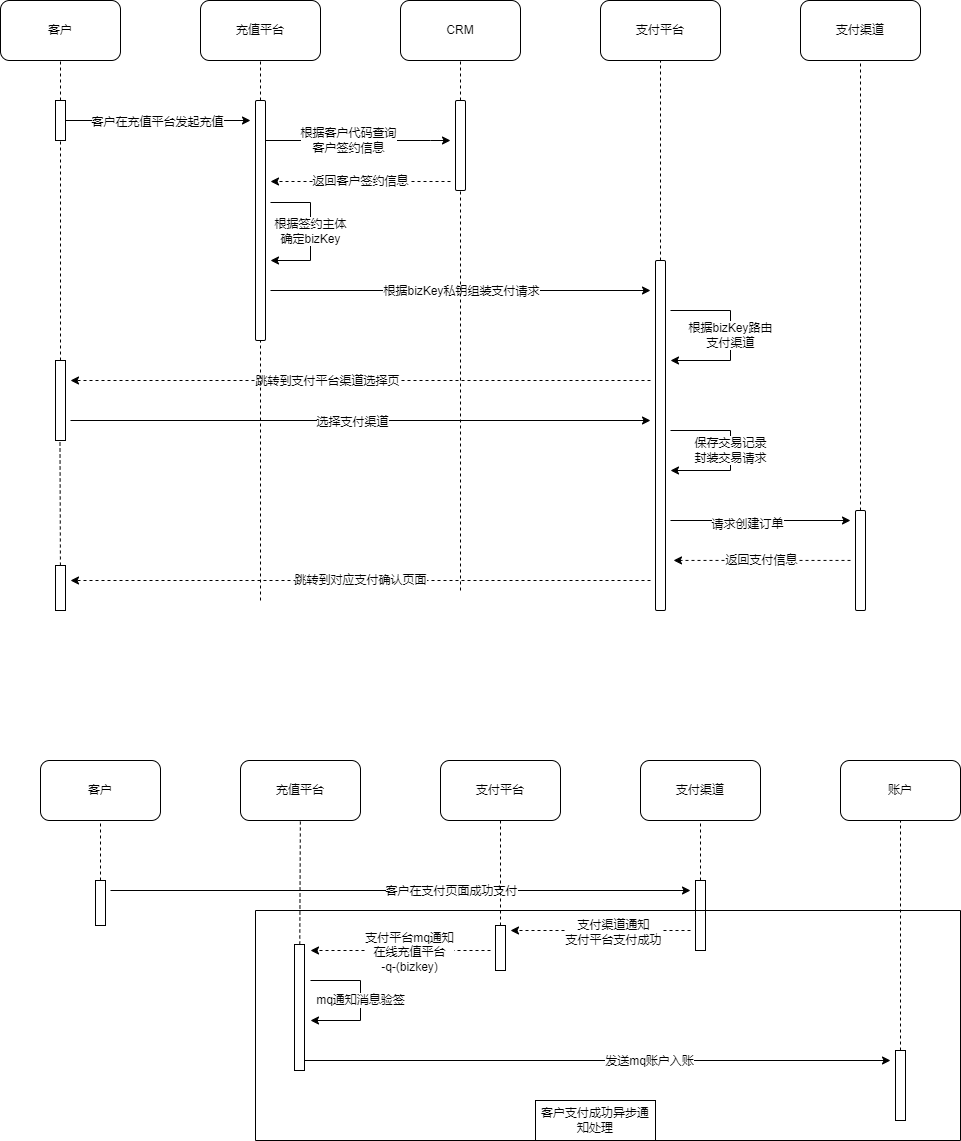
Before: 在线充值和支付平台三流合一设计.drawio.png, a diagram exported from draw.io (juanjuan-dev/diagrams). Source tidied: cells renumbered, new cells last; positions are measured from the earlier drawing's top-left corner, leaving out a move shared by most shapes. Source of this version:
```xml
<mxGraphModel>
  <root>
    <mxCell id="0" />
    <mxCell id="1" parent="0" />
    <mxCell id="2" value="客户" style="rounded=1;whiteSpace=wrap;html=1;" parent="1" vertex="1">
      <mxGeometry width="120" height="60" as="geometry" />
    </mxCell>
    <mxCell id="3" value="充值平台" style="rounded=1;whiteSpace=wrap;html=1;" parent="1" vertex="1">
      <mxGeometry x="200" width="120" height="60" as="geometry" />
    </mxCell>
    <mxCell id="4" value="CRM" style="rounded=1;whiteSpace=wrap;html=1;" parent="1" vertex="1">
      <mxGeometry x="400" width="120" height="60" as="geometry" />
    </mxCell>
    <mxCell id="5" value="支付平台" style="rounded=1;whiteSpace=wrap;html=1;" parent="1" vertex="1">
      <mxGeometry x="600" width="120" height="60" as="geometry" />
    </mxCell>
    <mxCell id="6" value="支付渠道" style="rounded=1;whiteSpace=wrap;html=1;" parent="1" vertex="1">
      <mxGeometry x="800" width="120" height="60" as="geometry" />
    </mxCell>
    <mxCell id="7" value="根据客户代码查询&lt;br&gt;客户签约信息" style="edgeStyle=orthogonalEdgeStyle;rounded=0;jettySize=auto;html=1;exitX=1;exitY=0.25;exitDx=0;exitDy=0;" parent="1" edge="1" source="8">
      <mxGeometry relative="1" as="geometry">
        <mxPoint x="450" y="140" as="targetPoint" />
        <Array as="points">
          <mxPoint x="430" y="140" />
          <mxPoint x="430" y="140" />
        </Array>
      </mxGeometry>
    </mxCell>
    <mxCell id="8" style="rounded=1;whiteSpace=wrap;html=1;" parent="1" vertex="1">
      <mxGeometry x="255" y="100" width="10" height="240" as="geometry" />
    </mxCell>
    <mxCell id="9" style="edgeStyle=orthogonalEdgeStyle;rounded=0;jettySize=auto;html=1;" parent="1" edge="1" source="11">
      <mxGeometry relative="1" as="geometry">
        <mxPoint x="250" y="120" as="targetPoint" />
      </mxGeometry>
    </mxCell>
    <mxCell id="10" value="客户在充值平台发起充值" style="edgeLabel;html=1;align=center;verticalAlign=middle;" parent="9" vertex="1">
      <mxGeometry x="0.19" y="-2" relative="1" as="geometry">
        <mxPoint x="-19" y="-1" as="offset" />
      </mxGeometry>
    </mxCell>
    <mxCell id="11" style="rounded=0;whiteSpace=wrap;html=1;" parent="1" vertex="1">
      <mxGeometry x="55" y="100" width="10" height="40" as="geometry" />
    </mxCell>
    <mxCell id="12" style="endArrow=none;dashed=1;html=1;rounded=0;entryX=0.5;entryY=1;entryDx=0;entryDy=0;" parent="1" edge="1" target="4">
      <mxGeometry relative="1" as="geometry">
        <mxPoint x="460" y="100" as="sourcePoint" />
      </mxGeometry>
    </mxCell>
    <mxCell id="13" value="返回客户签约信息" style="edgeStyle=orthogonalEdgeStyle;rounded=0;orthogonalLoop=1;jettySize=auto;html=1;dashed=1;" parent="1" edge="1">
      <mxGeometry relative="1" as="geometry">
        <mxPoint x="450" y="181" as="sourcePoint" />
        <mxPoint x="270" y="181" as="targetPoint" />
      </mxGeometry>
    </mxCell>
    <mxCell id="14" style="rounded=1;whiteSpace=wrap;html=1;" parent="1" vertex="1">
      <mxGeometry x="455" y="100" width="10" height="90" as="geometry" />
    </mxCell>
    <mxCell id="15" style="endArrow=none;dashed=1;html=1;rounded=0;entryX=0.5;entryY=1;entryDx=0;entryDy=0;exitX=0.5;exitY=0;exitDx=0;exitDy=0;" parent="1" edge="1" source="8" target="3">
      <mxGeometry relative="1" as="geometry" />
    </mxCell>
    <mxCell id="16" style="endArrow=none;dashed=1;html=1;rounded=0;entryX=0.5;entryY=1;entryDx=0;entryDy=0;exitX=0.5;exitY=0;exitDx=0;exitDy=0;" parent="1" edge="1" source="11" target="2">
      <mxGeometry relative="1" as="geometry" />
    </mxCell>
    <mxCell id="17" value="根据签约主体&lt;br&gt;确定bizKey" style="endArrow=classic;html=1;rounded=0;" parent="1" edge="1">
      <mxGeometry relative="1" as="geometry">
        <mxPoint x="270" y="202" as="sourcePoint" />
        <mxPoint x="270" y="260" as="targetPoint" />
        <Array as="points">
          <mxPoint x="310" y="202" />
          <mxPoint x="310" y="260" />
        </Array>
      </mxGeometry>
    </mxCell>
    <mxCell id="18" style="endArrow=classic;html=1;rounded=0;" parent="1" edge="1">
      <mxGeometry relative="1" as="geometry">
        <mxPoint x="270" y="290" as="sourcePoint" />
        <mxPoint x="650" y="290" as="targetPoint" />
      </mxGeometry>
    </mxCell>
    <mxCell id="19" value="根据bizKey私钥组装支付请求" style="edgeLabel;html=1;align=center;verticalAlign=middle;" parent="18" vertex="1">
      <mxGeometry x="0.26" y="2" relative="1" as="geometry">
        <mxPoint x="-50" y="2" as="offset" />
      </mxGeometry>
    </mxCell>
    <mxCell id="20" style="endArrow=none;dashed=1;html=1;rounded=0;entryX=0.5;entryY=1;entryDx=0;entryDy=0;" parent="1" edge="1" target="5">
      <mxGeometry relative="1" as="geometry">
        <mxPoint x="660" y="260" as="sourcePoint" />
      </mxGeometry>
    </mxCell>
    <mxCell id="21" style="rounded=1;whiteSpace=wrap;html=1;" parent="1" vertex="1">
      <mxGeometry x="655" y="260" width="10" height="350" as="geometry" />
    </mxCell>
    <mxCell id="22" style="endArrow=none;dashed=1;html=1;rounded=0;entryX=0.5;entryY=1;entryDx=0;entryDy=0;" parent="1" edge="1" target="14">
      <mxGeometry relative="1" as="geometry">
        <mxPoint x="460" y="590" as="sourcePoint" />
      </mxGeometry>
    </mxCell>
    <mxCell id="23" value="根据bizKey路由&lt;br&gt;支付渠道" style="endArrow=classic;html=1;rounded=0;" parent="1" edge="1">
      <mxGeometry relative="1" as="geometry">
        <mxPoint x="670" y="310" as="sourcePoint" />
        <mxPoint x="670" y="360" as="targetPoint" />
        <Array as="points">
          <mxPoint x="730" y="310" />
          <mxPoint x="730" y="360" />
        </Array>
      </mxGeometry>
    </mxCell>
    <mxCell id="24" style="endArrow=classic;html=1;rounded=0;dashed=1;" parent="1" edge="1">
      <mxGeometry relative="1" as="geometry">
        <mxPoint x="650" y="380" as="sourcePoint" />
        <mxPoint x="70" y="380" as="targetPoint" />
      </mxGeometry>
    </mxCell>
    <mxCell id="25" value="跳转到支付平台渠道选择页" style="edgeLabel;html=1;align=center;verticalAlign=middle;" parent="24" vertex="1">
      <mxGeometry x="0.12" relative="1" as="geometry" />
    </mxCell>
    <mxCell id="26" style="endArrow=none;dashed=1;html=1;rounded=0;exitX=0.5;exitY=0;exitDx=0;exitDy=0;entryX=0.5;entryY=1;entryDx=0;entryDy=0;" parent="1" edge="1" source="27" target="11">
      <mxGeometry relative="1" as="geometry" />
    </mxCell>
    <mxCell id="27" style="rounded=0;whiteSpace=wrap;html=1;" parent="1" vertex="1">
      <mxGeometry x="55" y="360" width="10" height="80" as="geometry" />
    </mxCell>
    <mxCell id="28" style="endArrow=none;dashed=1;html=1;rounded=0;entryX=0.5;entryY=1;entryDx=0;entryDy=0;" parent="1" edge="1" target="8">
      <mxGeometry relative="1" as="geometry">
        <mxPoint x="260" y="600" as="sourcePoint" />
      </mxGeometry>
    </mxCell>
    <mxCell id="29" style="endArrow=classic;html=1;rounded=0;" parent="1" edge="1">
      <mxGeometry relative="1" as="geometry">
        <mxPoint x="70" y="420" as="sourcePoint" />
        <mxPoint x="650" y="420" as="targetPoint" />
      </mxGeometry>
    </mxCell>
    <mxCell id="30" value="选择支付渠道" style="edgeLabel;html=1;align=center;verticalAlign=middle;" parent="29" vertex="1">
      <mxGeometry x="-0.03" y="-1" relative="1" as="geometry" />
    </mxCell>
    <mxCell id="31" value="保存交易记录&lt;br&gt;封装交易请求" style="endArrow=classic;html=1;rounded=0;" parent="1" edge="1">
      <mxGeometry relative="1" as="geometry">
        <mxPoint x="670" y="430" as="sourcePoint" />
        <mxPoint x="670" y="470" as="targetPoint" />
        <Array as="points">
          <mxPoint x="730" y="430" />
          <mxPoint x="730" y="450" />
          <mxPoint x="730" y="470" />
        </Array>
      </mxGeometry>
    </mxCell>
    <mxCell id="32" style="endArrow=none;dashed=1;html=1;rounded=0;entryX=0.5;entryY=1;entryDx=0;entryDy=0;" parent="1" edge="1" source="33" target="6">
      <mxGeometry relative="1" as="geometry" />
    </mxCell>
    <mxCell id="33" style="rounded=1;whiteSpace=wrap;html=1;" parent="1" vertex="1">
      <mxGeometry x="855" y="510" width="10" height="100" as="geometry" />
    </mxCell>
    <mxCell id="34" style="endArrow=classic;html=1;rounded=0;" parent="1" edge="1">
      <mxGeometry relative="1" as="geometry">
        <mxPoint x="670" y="520" as="sourcePoint" />
        <mxPoint x="850" y="520" as="targetPoint" />
      </mxGeometry>
    </mxCell>
    <mxCell id="35" value="请求创建订单" style="edgeLabel;html=1;align=center;verticalAlign=middle;" parent="34" vertex="1">
      <mxGeometry x="-0.16" y="-3" relative="1" as="geometry" />
    </mxCell>
    <mxCell id="36" value="返回支付信息" style="endArrow=classic;html=1;rounded=0;dashed=1;" parent="1" edge="1">
      <mxGeometry relative="1" as="geometry">
        <mxPoint x="850" y="559.9" as="sourcePoint" />
        <mxPoint x="673" y="559.9" as="targetPoint" />
      </mxGeometry>
    </mxCell>
    <mxCell id="37" value="跳转到对应支付确认页面" style="endArrow=classic;html=1;rounded=0;dashed=1;" parent="1" edge="1">
      <mxGeometry relative="1" as="geometry">
        <mxPoint x="650" y="580" as="sourcePoint" />
        <mxPoint x="70" y="580" as="targetPoint" />
      </mxGeometry>
    </mxCell>
    <mxCell id="38" style="endArrow=none;dashed=1;html=1;rounded=0;entryX=0.45;entryY=1.024;entryDx=0;entryDy=0;entryPerimeter=0;" parent="1" edge="1" source="39" target="27">
      <mxGeometry relative="1" as="geometry" />
    </mxCell>
    <mxCell id="39" style="rounded=0;whiteSpace=wrap;html=1;" parent="1" vertex="1">
      <mxGeometry x="55" y="565" width="10" height="45" as="geometry" />
    </mxCell>
    <mxCell id="40" value="客户" style="rounded=1;whiteSpace=wrap;html=1;" parent="1" vertex="1">
      <mxGeometry x="40" y="760" width="120" height="60" as="geometry" />
    </mxCell>
    <mxCell id="41" value="充值平台" style="rounded=1;whiteSpace=wrap;html=1;" parent="1" vertex="1">
      <mxGeometry x="240" y="760" width="120" height="60" as="geometry" />
    </mxCell>
    <mxCell id="42" value="支付平台" style="rounded=1;whiteSpace=wrap;html=1;" parent="1" vertex="1">
      <mxGeometry x="440" y="760" width="120" height="60" as="geometry" />
    </mxCell>
    <mxCell id="43" value="支付渠道" style="rounded=1;whiteSpace=wrap;html=1;" parent="1" vertex="1">
      <mxGeometry x="640" y="760" width="120" height="60" as="geometry" />
    </mxCell>
    <mxCell id="44" style="endArrow=none;dashed=1;html=1;rounded=0;entryX=0.5;entryY=1;entryDx=0;entryDy=0;" parent="1" edge="1" target="40">
      <mxGeometry relative="1" as="geometry">
        <mxPoint x="100" y="880" as="sourcePoint" />
      </mxGeometry>
    </mxCell>
    <mxCell id="45" style="rounded=0;whiteSpace=wrap;html=1;" parent="1" vertex="1">
      <mxGeometry x="95" y="880" width="10" height="45" as="geometry" />
    </mxCell>
    <mxCell id="46" style="endArrow=none;dashed=1;html=1;rounded=0;" parent="1" edge="1" source="47" target="41">
      <mxGeometry relative="1" as="geometry" />
    </mxCell>
    <mxCell id="47" style="rounded=0;whiteSpace=wrap;html=1;" parent="1" vertex="1">
      <mxGeometry x="294" y="944" width="10" height="126" as="geometry" />
    </mxCell>
    <mxCell id="48" style="endArrow=none;dashed=1;html=1;rounded=0;entryX=0.5;entryY=1;entryDx=0;entryDy=0;" parent="1" edge="1">
      <mxGeometry relative="1" as="geometry">
        <mxPoint x="700" y="880" as="sourcePoint" />
        <mxPoint x="700" y="820" as="targetPoint" />
      </mxGeometry>
    </mxCell>
    <mxCell id="49" style="rounded=0;whiteSpace=wrap;html=1;" parent="1" vertex="1">
      <mxGeometry x="695" y="880" width="10" height="70" as="geometry" />
    </mxCell>
    <mxCell id="50" style="endArrow=classic;html=1;rounded=0;" parent="1" edge="1">
      <mxGeometry relative="1" as="geometry">
        <mxPoint x="110" y="890" as="sourcePoint" />
        <mxPoint x="690" y="890" as="targetPoint" />
      </mxGeometry>
    </mxCell>
    <mxCell id="51" value="客户在支付页面成功支付" style="edgeLabel;html=1;align=center;verticalAlign=middle;" parent="50" vertex="1">
      <mxGeometry x="0.17" relative="1" as="geometry" />
    </mxCell>
    <mxCell id="52" style="endArrow=none;dashed=1;html=1;rounded=0;" parent="1" edge="1" source="53" target="42">
      <mxGeometry relative="1" as="geometry" />
    </mxCell>
    <mxCell id="53" style="rounded=0;whiteSpace=wrap;html=1;" parent="1" vertex="1">
      <mxGeometry x="495" y="925" width="10" height="45" as="geometry" />
    </mxCell>
    <mxCell id="54" style="endArrow=classic;html=1;rounded=0;dashed=1;" parent="1" edge="1">
      <mxGeometry relative="1" as="geometry">
        <mxPoint x="690" y="930" as="sourcePoint" />
        <mxPoint x="510" y="930" as="targetPoint" />
      </mxGeometry>
    </mxCell>
    <mxCell id="55" value="支付渠道通知&lt;br&gt;支付平台支付成功" style="edgeLabel;html=1;align=center;verticalAlign=middle;" parent="54" vertex="1">
      <mxGeometry x="-0.14" y="1" relative="1" as="geometry" />
    </mxCell>
    <mxCell id="56" style="endArrow=classic;html=1;rounded=0;dashed=1;" parent="1" edge="1">
      <mxGeometry relative="1" as="geometry">
        <mxPoint x="490" y="950" as="sourcePoint" />
        <mxPoint x="310" y="950" as="targetPoint" />
      </mxGeometry>
    </mxCell>
    <mxCell id="57" value="支付平台mq通知&lt;br&gt;在线充值平台&lt;br&gt;-q-(bizkey)" style="edgeLabel;html=1;align=center;verticalAlign=middle;" parent="56" vertex="1">
      <mxGeometry x="-0.09" y="1" relative="1" as="geometry" />
    </mxCell>
    <mxCell id="58" value="账户" style="rounded=1;whiteSpace=wrap;html=1;" parent="1" vertex="1">
      <mxGeometry x="840" y="760" width="120" height="60" as="geometry" />
    </mxCell>
    <mxCell id="59" style="endArrow=classic;html=1;rounded=0;" parent="1" edge="1">
      <mxGeometry relative="1" as="geometry">
        <mxPoint x="304" y="1060" as="sourcePoint" />
        <mxPoint x="890" y="1060" as="targetPoint" />
      </mxGeometry>
    </mxCell>
    <mxCell id="60" value="发送mq账户入账" style="edgeLabel;html=1;align=center;verticalAlign=middle;" parent="59" vertex="1">
      <mxGeometry x="0.17" relative="1" as="geometry" />
    </mxCell>
    <mxCell id="61" style="endArrow=none;dashed=1;html=1;rounded=0;" parent="1" edge="1" source="62" target="58">
      <mxGeometry relative="1" as="geometry" />
    </mxCell>
    <mxCell id="62" style="rounded=0;whiteSpace=wrap;html=1;" parent="1" vertex="1">
      <mxGeometry x="895" y="1050" width="10" height="70" as="geometry" />
    </mxCell>
    <mxCell id="63" value="mq通知消息验签" style="endArrow=classic;html=1;rounded=0;" parent="1" edge="1">
      <mxGeometry relative="1" as="geometry">
        <mxPoint x="310" y="980" as="sourcePoint" />
        <mxPoint x="310" y="1020" as="targetPoint" />
        <Array as="points">
          <mxPoint x="360" y="980" />
          <mxPoint x="360" y="1000" />
          <mxPoint x="360" y="1020" />
        </Array>
      </mxGeometry>
    </mxCell>
    <mxCell id="64" style="swimlane;startSize=0;" parent="1" vertex="1">
      <mxGeometry x="255" y="910" width="705" height="230" as="geometry" />
    </mxCell>
    <mxCell id="65" value="客户支付成功异步通知处理" style="whiteSpace=wrap;html=1;" parent="64" vertex="1">
      <mxGeometry x="280" y="190" width="120" height="40" as="geometry" />
    </mxCell>
  </root>
</mxGraphModel>
```
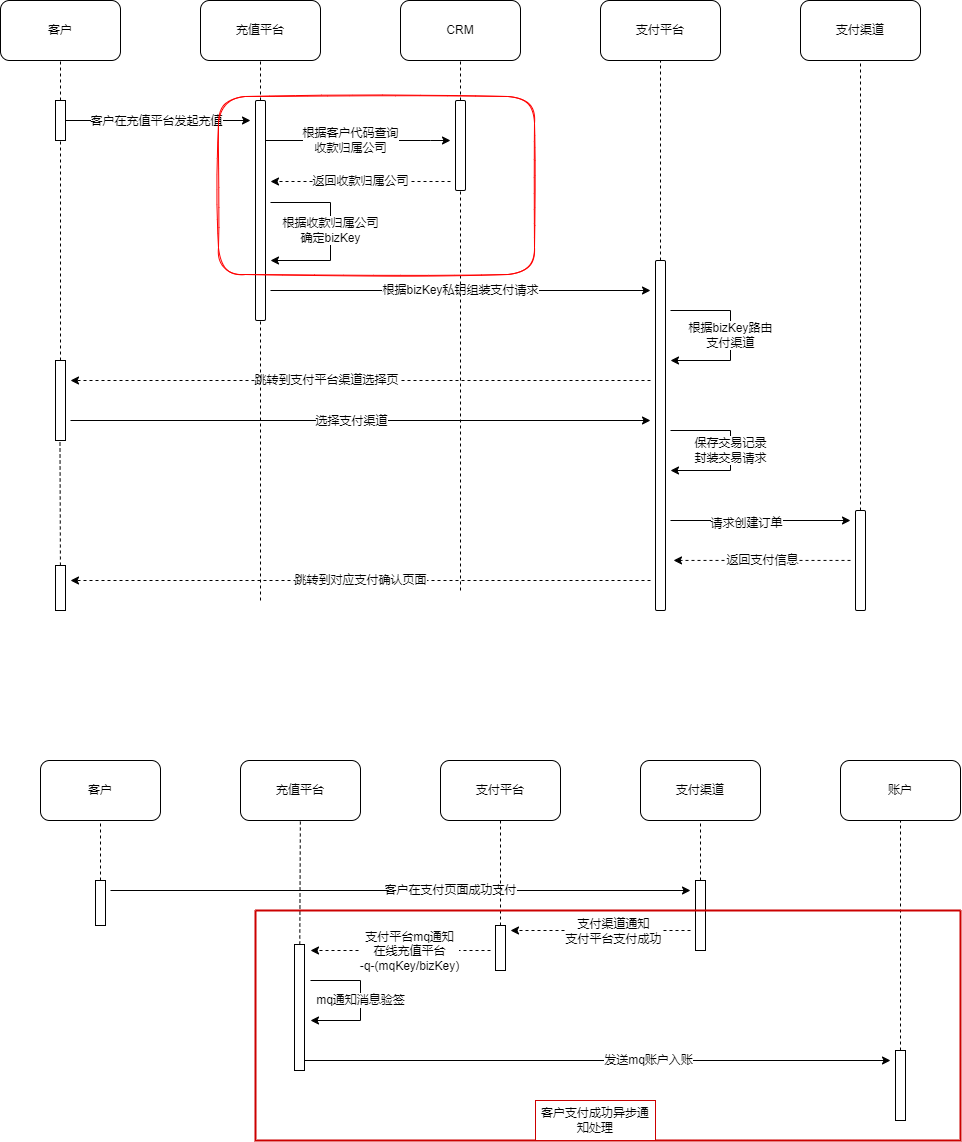
Later version of the same file.

Commit message:
更新在线充值和支付平台三流合一设计.drawio.png

The edit, as a diff of the source:
```diff
@@ -17,7 +17,7 @@
     <mxCell id="6" value="支付渠道" style="rounded=1;whiteSpace=wrap;html=1;" parent="1" vertex="1">
       <mxGeometry x="800" width="120" height="60" as="geometry" />
     </mxCell>
-    <mxCell id="7" value="根据客户代码查询&lt;br&gt;客户签约信息" style="edgeStyle=orthogonalEdgeStyle;rounded=0;jettySize=auto;html=1;exitX=1;exitY=0.25;exitDx=0;exitDy=0;" parent="1" edge="1" source="8">
+    <mxCell id="7" value="根据客户代码查询&lt;br&gt;收款归属公司" style="edgeStyle=orthogonalEdgeStyle;rounded=0;jettySize=auto;html=1;exitX=1;exitY=0.25;exitDx=0;exitDy=0;" parent="1" edge="1" source="8">
       <mxGeometry relative="1" as="geometry">
         <mxPoint x="450" y="140" as="targetPoint" />
         <Array as="points">
@@ -27,7 +27,7 @@
       </mxGeometry>
     </mxCell>
     <mxCell id="8" style="rounded=1;whiteSpace=wrap;html=1;" parent="1" vertex="1">
-      <mxGeometry x="255" y="100" width="10" height="240" as="geometry" />
+      <mxGeometry x="255" y="100" width="10" height="220" as="geometry" />
     </mxCell>
     <mxCell id="9" style="edgeStyle=orthogonalEdgeStyle;rounded=0;jettySize=auto;html=1;" parent="1" edge="1" source="11">
       <mxGeometry relative="1" as="geometry">
@@ -47,7 +47,7 @@
         <mxPoint x="460" y="100" as="sourcePoint" />
       </mxGeometry>
     </mxCell>
-    <mxCell id="13" value="返回客户签约信息" style="edgeStyle=orthogonalEdgeStyle;rounded=0;orthogonalLoop=1;jettySize=auto;html=1;dashed=1;" parent="1" edge="1">
+    <mxCell id="13" value="返回收款归属公司" style="edgeStyle=orthogonalEdgeStyle;rounded=0;orthogonalLoop=1;jettySize=auto;html=1;dashed=1;" parent="1" edge="1">
       <mxGeometry relative="1" as="geometry">
         <mxPoint x="450" y="181" as="sourcePoint" />
         <mxPoint x="270" y="181" as="targetPoint" />
@@ -62,13 +62,13 @@
     <mxCell id="16" style="endArrow=none;dashed=1;html=1;rounded=0;entryX=0.5;entryY=1;entryDx=0;entryDy=0;exitX=0.5;exitY=0;exitDx=0;exitDy=0;" parent="1" edge="1" source="11" target="2">
       <mxGeometry relative="1" as="geometry" />
     </mxCell>
-    <mxCell id="17" value="根据签约主体&lt;br&gt;确定bizKey" style="endArrow=classic;html=1;rounded=0;" parent="1" edge="1">
-      <mxGeometry relative="1" as="geometry">
+    <mxCell id="17" value="根据收款归属公司&lt;br&gt;确定bizKey" style="endArrow=classic;html=1;rounded=0;" parent="1" edge="1">
+      <mxGeometry x="-0.01" relative="1" as="geometry">
         <mxPoint x="270" y="202" as="sourcePoint" />
         <mxPoint x="270" y="260" as="targetPoint" />
         <Array as="points">
-          <mxPoint x="310" y="202" />
-          <mxPoint x="310" y="260" />
+          <mxPoint x="330" y="202" />
+          <mxPoint x="330" y="260" />
         </Array>
       </mxGeometry>
     </mxCell>
@@ -244,7 +244,7 @@
         <mxPoint x="310" y="950" as="targetPoint" />
       </mxGeometry>
     </mxCell>
-    <mxCell id="57" value="支付平台mq通知&lt;br&gt;在线充值平台&lt;br&gt;-q-(bizkey)" style="edgeLabel;html=1;align=center;verticalAlign=middle;" parent="56" vertex="1">
+    <mxCell id="57" value="支付平台mq通知&lt;br&gt;在线充值平台&lt;br&gt;-q-(mqKey/bizKey)" style="edgeLabel;html=1;align=center;verticalAlign=middle;" parent="56" vertex="1">
       <mxGeometry x="-0.09" y="1" relative="1" as="geometry" />
     </mxCell>
     <mxCell id="58" value="账户" style="rounded=1;whiteSpace=wrap;html=1;" parent="1" vertex="1">
@@ -276,11 +276,14 @@
         </Array>
       </mxGeometry>
     </mxCell>
-    <mxCell id="64" style="swimlane;startSize=0;" parent="1" vertex="1">
+    <mxCell id="64" style="swimlane;startSize=0;strokeColor=#CC0000;strokeWidth=2;" parent="1" vertex="1">
       <mxGeometry x="255" y="910" width="705" height="230" as="geometry" />
     </mxCell>
-    <mxCell id="65" value="客户支付成功异步通知处理" style="whiteSpace=wrap;html=1;" parent="64" vertex="1">
+    <mxCell id="65" value="客户支付成功异步通知处理" style="whiteSpace=wrap;html=1;strokeColor=#CC0000;" parent="64" vertex="1">
       <mxGeometry x="280" y="190" width="120" height="40" as="geometry" />
     </mxCell>
+    <mxCell id="66" style="rounded=1;whiteSpace=wrap;html=1;sketch=1;fillStyle=zigzag-line;fillColor=none;strokeColor=#FF0000;" parent="1" vertex="1">
+      <mxGeometry x="218" y="96" width="316" height="178" as="geometry" />
+    </mxCell>
   </root>
 </mxGraphModel>
```
